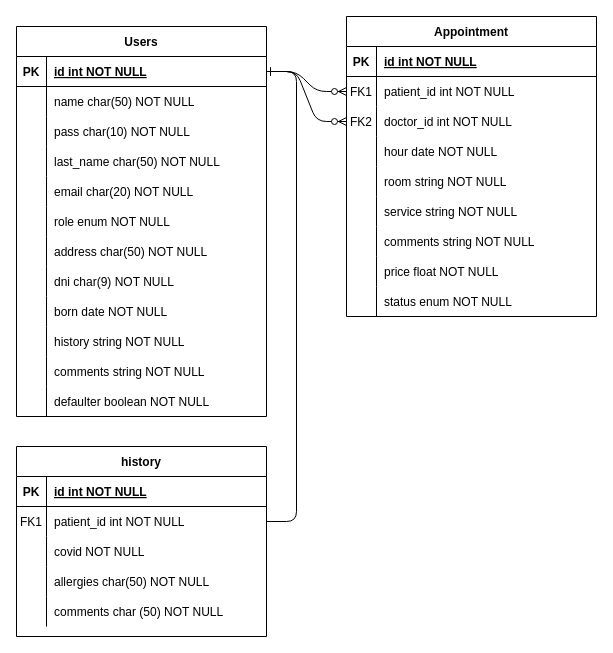
Earlier version of the draw.io diagram entity-relationship-diagram.drawio (adrianoosses/appDentalClinic). Source tidied: cells renumbered, new cells numbered last; positions are measured from the earlier drawing's top-left corner, leaving out a move shared by most shapes. Both pictures are drawn from the tidied source at 100%, with x=0, y=0 at pixel (16, 16).
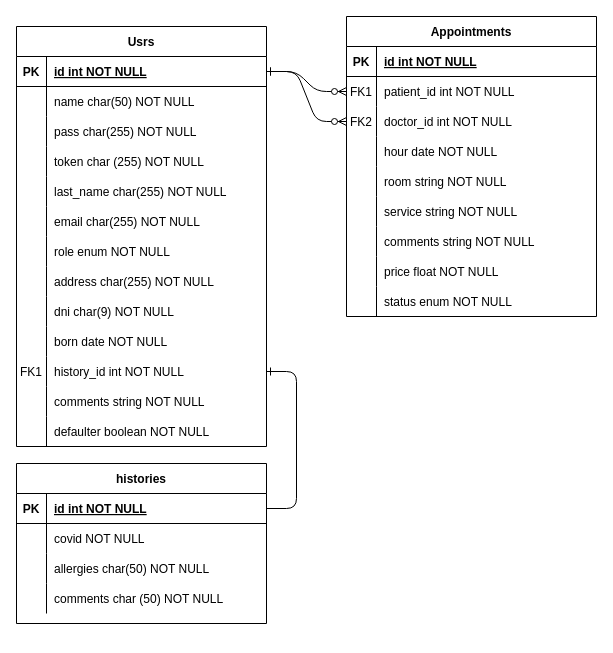
The same diagram, later.

The change refers to these unchanged cells:
```xml
<mxCell id="32" style="shape=partialRectangle;fillColor=none;points=[[0,0.5],[1,0.5]];portConstraint=eastwest;top=0;left=0;right=0;bottom=1;" parent="31" vertex="1">
  <mxGeometry y="30" width="250" height="30" as="geometry" />
</mxCell>
<mxCell id="48" style="shape=partialRectangle;fillColor=none;points=[[0,0.5],[1,0.5]];portConstraint=eastwest;top=0;left=0;right=0;bottom=1;" parent="47" vertex="1">
  <mxGeometry y="30" width="250" height="30" as="geometry" />
</mxCell>
<mxCell id="54" style="shape=partialRectangle;fillColor=none;top=0;left=0;right=0;bottom=0;" parent="47" vertex="1">
  <mxGeometry y="90" width="250" height="30" as="geometry" />
</mxCell>
```

Diff of the diagram source:
```diff
@@
-    <mxCell id="3" value="Appointment" style="shape=table;startSize=30;childLayout=tableLayout;rowLines=0;fontStyle=1;align=center;" parent="1" vertex="1">
+    <mxCell id="3" value="Appointments" style="shape=table;startSize=30;childLayout=tableLayout;rowLines=0;fontStyle=1;align=center;" parent="1" vertex="1">
       <mxGeometry x="330" width="250" height="300" as="geometry" />
     </mxCell>
@@
-    <mxCell id="31" value="history" style="shape=table;startSize=30;childLayout=tableLayout;rowLines=0;fontStyle=1;align=center;" parent="1" vertex="1">
-      <mxGeometry y="430" width="250" height="190" as="geometry" />
+    <mxCell id="31" value="histories" style="shape=table;startSize=30;childLayout=tableLayout;rowLines=0;fontStyle=1;align=center;" parent="1" vertex="1">
+      <mxGeometry y="447" width="250" height="160" as="geometry" />
     </mxCell>
@@
-    <mxCell id="35" style="shape=partialRectangle;fillColor=none;points=[[0,0.5],[1,0.5]];portConstraint=eastwest;top=0;left=0;right=0;bottom=0;" parent="31" vertex="1">
-      <mxGeometry y="60" width="250" height="30" as="geometry" />
-    </mxCell>
-    <mxCell id="36" value="FK1" style="shape=partialRectangle;overflow=hidden;fillColor=none;top=0;left=0;bottom=0;right=0;" parent="35" vertex="1">
-      <mxGeometry width="30" height="30" as="geometry" />
-    </mxCell>
-    <mxCell id="37" value="patient_id int NOT NULL" style="shape=partialRectangle;overflow=hidden;fillColor=none;top=0;left=0;bottom=0;right=0;align=left;spacingLeft=6;" parent="35" vertex="1">
-      <mxGeometry x="30" width="220" height="30" as="geometry" />
-    </mxCell>
     <mxCell id="38" style="shape=partialRectangle;fillColor=none;top=0;left=0;right=0;bottom=0;" parent="31" vertex="1">
-      <mxGeometry y="90" width="250" height="30" as="geometry" />
+      <mxGeometry y="60" width="250" height="30" as="geometry" />
     </mxCell>
@@
     <mxCell id="41" style="shape=partialRectangle;fillColor=none;top=0;left=0;right=0;bottom=0;" parent="31" vertex="1">
-      <mxGeometry y="120" width="250" height="30" as="geometry" />
+      <mxGeometry y="90" width="250" height="30" as="geometry" />
     </mxCell>
@@
     <mxCell id="44" style="shape=partialRectangle;fillColor=none;top=0;left=0;right=0;bottom=0;" parent="31" vertex="1">
-      <mxGeometry y="150" width="250" height="30" as="geometry" />
+      <mxGeometry y="120" width="250" height="30" as="geometry" />
     </mxCell>
@@
-    <mxCell id="47" value="Users" style="shape=table;startSize=30;childLayout=tableLayout;rowLines=0;fontStyle=1;align=center;" parent="1" vertex="1">
-      <mxGeometry y="10" width="250" height="390" as="geometry" />
+    <mxCell id="47" value="Usrs" style="shape=table;startSize=30;childLayout=tableLayout;rowLines=0;fontStyle=1;align=center;" parent="1" vertex="1">
+      <mxGeometry y="10" width="250" height="420" as="geometry" />
     </mxCell>
@@
-    <mxCell id="56" value="pass char(10) NOT NULL" style="shape=partialRectangle;overflow=hidden;fillColor=none;top=0;left=0;bottom=0;right=0;align=left;spacingLeft=6;" parent="54" vertex="1">
+    <mxCell id="56" value="pass char(255) NOT NULL" style="shape=partialRectangle;overflow=hidden;fillColor=none;top=0;left=0;bottom=0;right=0;align=left;spacingLeft=6;" parent="54" vertex="1">
       <mxGeometry x="30" width="220" height="30" as="geometry" />
     </mxCell>
+    <mxCell id="86" style="shape=partialRectangle;fillColor=none;top=0;left=0;right=0;bottom=0;" parent="47" vertex="1">
+      <mxGeometry y="120" width="250" height="30" as="geometry" />
+    </mxCell>
+    <mxCell id="87" style="shape=partialRectangle;overflow=hidden;fillColor=none;top=0;left=0;bottom=0;right=0;" parent="86" vertex="1">
+      <mxGeometry width="30" height="30" as="geometry" />
+    </mxCell>
+    <mxCell id="88" value="token char (255) NOT NULL" style="shape=partialRectangle;overflow=hidden;fillColor=none;top=0;left=0;bottom=0;right=0;align=left;spacingLeft=6;" parent="86" vertex="1">
+      <mxGeometry x="30" width="220" height="30" as="geometry" />
+    </mxCell>
     <mxCell id="57" style="shape=partialRectangle;fillColor=none;top=0;left=0;right=0;bottom=0;" parent="47" vertex="1">
-      <mxGeometry y="120" width="250" height="30" as="geometry" />
+      <mxGeometry y="150" width="250" height="30" as="geometry" />
     </mxCell>
@@
-    <mxCell id="59" value="last_name char(50) NOT NULL" style="shape=partialRectangle;overflow=hidden;fillColor=none;top=0;left=0;bottom=0;right=0;align=left;spacingLeft=6;" parent="57" vertex="1">
+    <mxCell id="59" value="last_name char(255) NOT NULL" style="shape=partialRectangle;overflow=hidden;fillColor=none;top=0;left=0;bottom=0;right=0;align=left;spacingLeft=6;" parent="57" vertex="1">
       <mxGeometry x="30" width="220" height="30" as="geometry" />
     </mxCell>
     <mxCell id="60" style="shape=partialRectangle;fillColor=none;top=0;left=0;right=0;bottom=0;" parent="47" vertex="1">
-      <mxGeometry y="150" width="250" height="30" as="geometry" />
+      <mxGeometry y="180" width="250" height="30" as="geometry" />
     </mxCell>
@@
-    <mxCell id="62" value="email char(20) NOT NULL" style="shape=partialRectangle;overflow=hidden;fillColor=none;top=0;left=0;bottom=0;right=0;align=left;spacingLeft=6;" parent="60" vertex="1">
+    <mxCell id="62" value="email char(255) NOT NULL" style="shape=partialRectangle;overflow=hidden;fillColor=none;top=0;left=0;bottom=0;right=0;align=left;spacingLeft=6;" parent="60" vertex="1">
       <mxGeometry x="30" width="220" height="30" as="geometry" />
     </mxCell>
     <mxCell id="63" style="shape=partialRectangle;fillColor=none;top=0;left=0;right=0;bottom=0;" parent="47" vertex="1">
-      <mxGeometry y="180" width="250" height="30" as="geometry" />
+      <mxGeometry y="210" width="250" height="30" as="geometry" />
     </mxCell>
@@
     <mxCell id="66" style="shape=partialRectangle;fillColor=none;top=0;left=0;right=0;bottom=0;" parent="47" vertex="1">
-      <mxGeometry y="210" width="250" height="30" as="geometry" />
+      <mxGeometry y="240" width="250" height="30" as="geometry" />
     </mxCell>
@@
-    <mxCell id="68" value="address char(50) NOT NULL" style="shape=partialRectangle;overflow=hidden;fillColor=none;top=0;left=0;bottom=0;right=0;align=left;spacingLeft=6;" parent="66" vertex="1">
+    <mxCell id="68" value="address char(255) NOT NULL" style="shape=partialRectangle;overflow=hidden;fillColor=none;top=0;left=0;bottom=0;right=0;align=left;spacingLeft=6;" parent="66" vertex="1">
       <mxGeometry x="30" width="220" height="30" as="geometry" />
     </mxCell>
     <mxCell id="69" style="shape=partialRectangle;fillColor=none;top=0;left=0;right=0;bottom=0;" parent="47" vertex="1">
-      <mxGeometry y="240" width="250" height="30" as="geometry" />
+      <mxGeometry y="270" width="250" height="30" as="geometry" />
     </mxCell>
@@
     <mxCell id="72" style="shape=partialRectangle;fillColor=none;top=0;left=0;right=0;bottom=0;" parent="47" vertex="1">
-      <mxGeometry y="270" width="250" height="30" as="geometry" />
+      <mxGeometry y="300" width="250" height="30" as="geometry" />
     </mxCell>
@@
     <mxCell id="75" style="shape=partialRectangle;fillColor=none;points=[[0,0.5],[1,0.5]];portConstraint=eastwest;top=0;left=0;right=0;bottom=0;" parent="47" vertex="1">
-      <mxGeometry y="300" width="250" height="30" as="geometry" />
+      <mxGeometry y="330" width="250" height="30" as="geometry" />
     </mxCell>
-    <mxCell id="76" style="shape=partialRectangle;overflow=hidden;fillColor=none;top=0;left=0;bottom=0;right=0;" parent="75" vertex="1">
+    <mxCell id="76" value="FK1" style="shape=partialRectangle;overflow=hidden;fillColor=none;top=0;left=0;bottom=0;right=0;" parent="75" vertex="1">
       <mxGeometry width="30" height="30" as="geometry" />
     </mxCell>
-    <mxCell id="77" value="history string NOT NULL" style="shape=partialRectangle;overflow=hidden;fillColor=none;top=0;left=0;bottom=0;right=0;align=left;spacingLeft=6;" parent="75" vertex="1">
+    <mxCell id="77" value="history_id int NOT NULL" style="shape=partialRectangle;overflow=hidden;fillColor=none;top=0;left=0;bottom=0;right=0;align=left;spacingLeft=6;" parent="75" vertex="1">
       <mxGeometry x="30" width="220" height="30" as="geometry" />
     </mxCell>
     <mxCell id="78" style="shape=partialRectangle;fillColor=none;top=0;left=0;right=0;bottom=0;" parent="47" vertex="1">
-      <mxGeometry y="330" width="250" height="30" as="geometry" />
+      <mxGeometry y="360" width="250" height="30" as="geometry" />
     </mxCell>
@@
     <mxCell id="81" style="shape=partialRectangle;fillColor=none;top=0;left=0;right=0;bottom=0;" parent="47" vertex="1">
-      <mxGeometry y="360" width="250" height="30" as="geometry" />
+      <mxGeometry y="390" width="250" height="30" as="geometry" />
     </mxCell>
@@
-    <mxCell id="85" style="edgeStyle=entityRelationEdgeStyle;fontSize=12;html=1;endArrow=ERone;endFill=1;entryX=1;entryY=0.5;entryDx=0;entryDy=0;" parent="1" edge="1" source="35" target="48">
+    <mxCell id="85" style="edgeStyle=entityRelationEdgeStyle;fontSize=12;html=1;endArrow=ERone;endFill=1;entryX=1;entryY=0.5;entryDx=0;entryDy=0;exitX=1;exitY=0.5;exitDx=0;exitDy=0;" parent="1" edge="1" source="32" target="75">
       <mxGeometry relative="1" as="geometry" />
     </mxCell>
```
